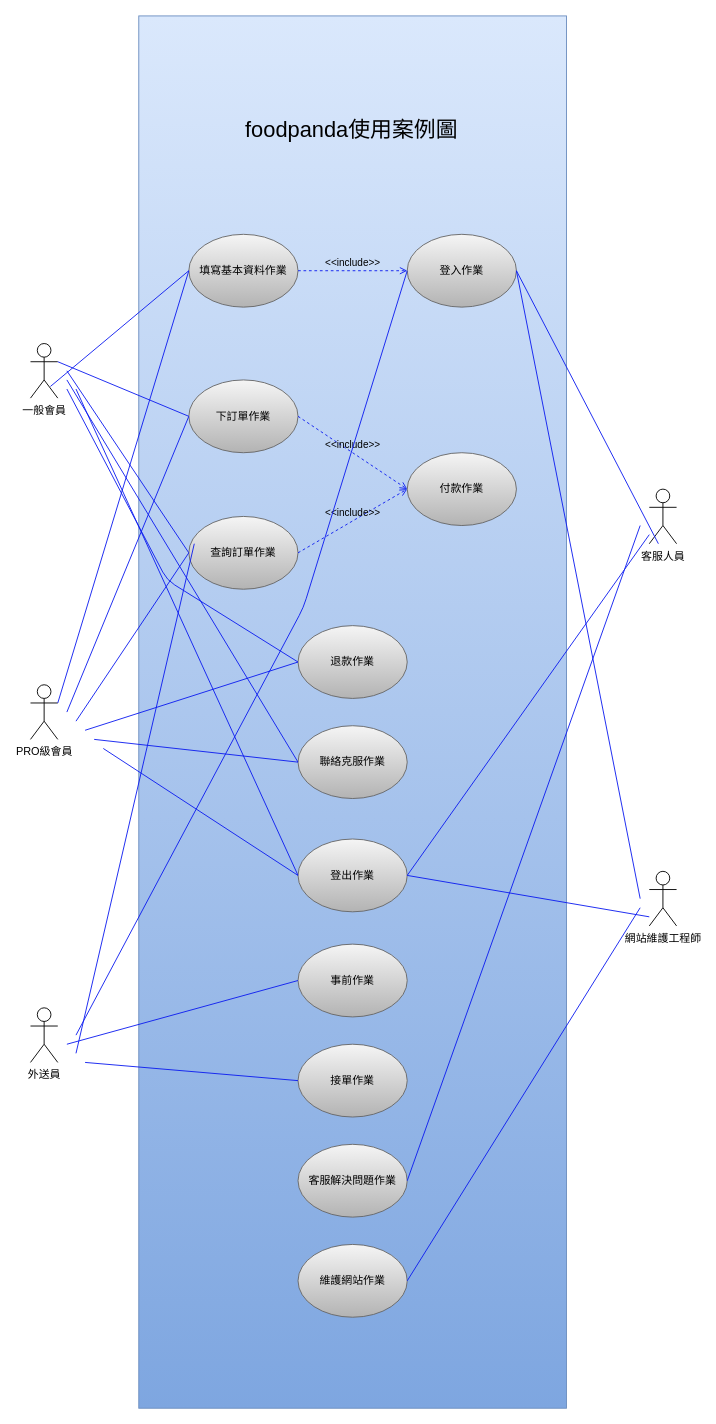
today16/last keeps this draw.io diagram as Use_case_diagram.drawio. Above is the earlier version. Source tidied: cells renumbered, new cells numbered last; positions are measured from the earlier drawing's top-left corner, leaving out a move shared by most shapes. Both pictures are drawn from the tidied source at 91%, with x=0, y=0 at pixel (30, 15).
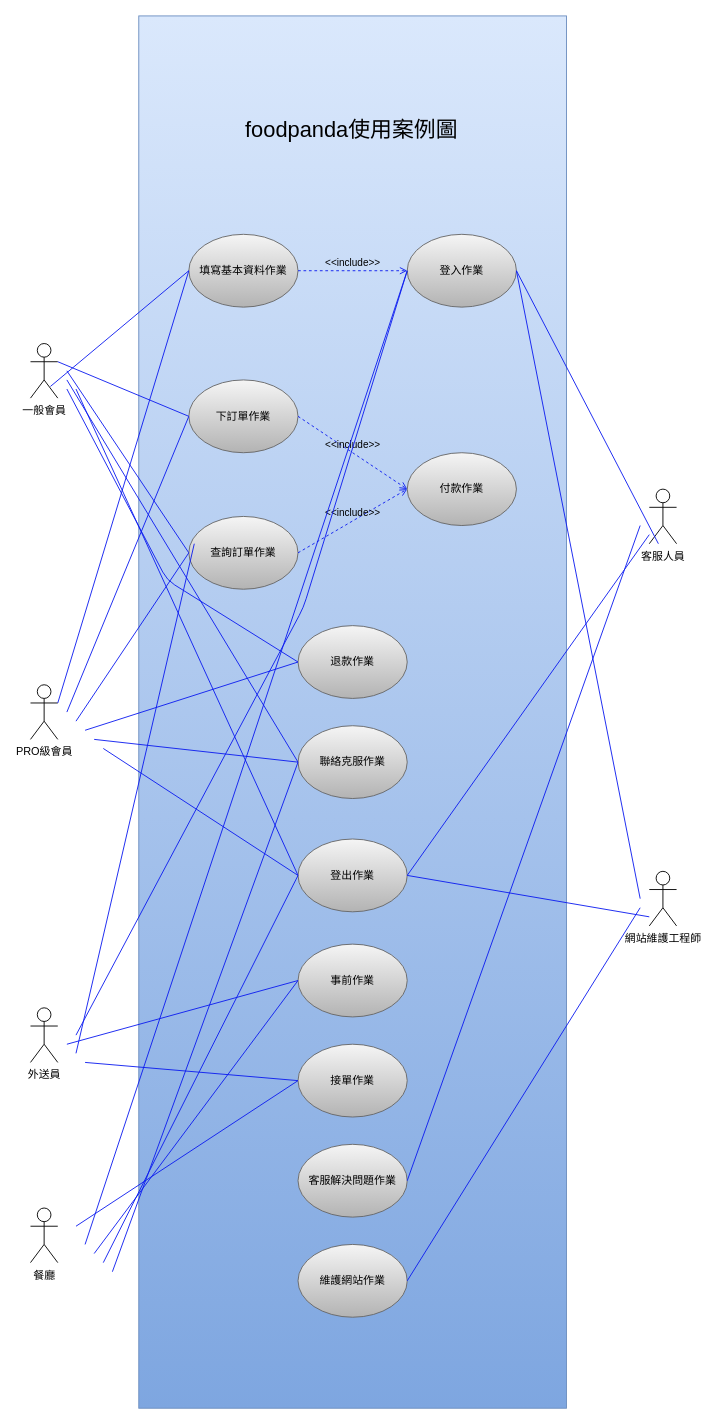
After the change.

Unchanged cells that the change refers to:
```xml
<mxCell id="3" value="&lt;font color=&quot;#000000&quot;&gt;登入作業&lt;/font&gt;" style="ellipse;whiteSpace=wrap;html=1;fillColor=#f5f5f5;strokeColor=#666666;gradientColor=#b3b3b3;" parent="1" vertex="1">
  <mxGeometry x="414" y="240" width="120" height="80" as="geometry" />
</mxCell>
<mxCell id="9" value="&lt;font color=&quot;#000000&quot;&gt;聯絡克服作業&lt;/font&gt;" style="ellipse;whiteSpace=wrap;html=1;fillColor=#f5f5f5;strokeColor=#666666;gradientColor=#b3b3b3;" parent="1" vertex="1">
  <mxGeometry x="294" y="780" width="120" height="80" as="geometry" />
</mxCell>
<mxCell id="10" value="&lt;font color=&quot;#000000&quot;&gt;登出作業&lt;/font&gt;" style="ellipse;whiteSpace=wrap;html=1;fillColor=#f5f5f5;strokeColor=#666666;gradientColor=#b3b3b3;" parent="1" vertex="1">
  <mxGeometry x="294" y="904.5" width="120" height="80" as="geometry" />
</mxCell>
<mxCell id="11" value="&lt;font color=&quot;#000000&quot;&gt;事前作業&lt;/font&gt;" style="ellipse;whiteSpace=wrap;html=1;fillColor=#f5f5f5;strokeColor=#666666;gradientColor=#b3b3b3;" parent="1" vertex="1">
  <mxGeometry x="294" y="1020" width="120" height="80" as="geometry" />
</mxCell>
<mxCell id="12" value="&lt;font color=&quot;#000000&quot;&gt;接單作業&lt;/font&gt;" style="ellipse;whiteSpace=wrap;html=1;fillColor=#f5f5f5;strokeColor=#666666;gradientColor=#b3b3b3;" parent="1" vertex="1">
  <mxGeometry x="294" y="1130" width="120" height="80" as="geometry" />
</mxCell>
```

What changed in the source:
```diff
@@
+    <mxCell id="46" value="餐廳" style="shape=umlActor;verticalLabelPosition=bottom;verticalAlign=top;html=1;fontColor=#000000;" parent="1" vertex="1">
+      <mxGeometry y="1310" width="30" height="60" as="geometry" />
+    </mxCell>
+    <mxCell id="47" style="endArrow=none;html=1;fontSize=24;fontColor=#000000;strokeColor=#0C1BF0;entryX=0;entryY=0.5;entryDx=0;entryDy=0;" parent="1" edge="1" target="12">
+      <mxGeometry relative="1" as="geometry">
+        <mxPoint x="50" y="1330" as="sourcePoint" />
+      </mxGeometry>
+    </mxCell>
+    <mxCell id="48" style="endArrow=none;html=1;fontSize=24;fontColor=#000000;strokeColor=#0C1BF0;entryX=0;entryY=0.5;entryDx=0;entryDy=0;" parent="1" edge="1" target="3">
+      <mxGeometry relative="1" as="geometry">
+        <mxPoint x="60" y="1350" as="sourcePoint" />
+      </mxGeometry>
+    </mxCell>
+    <mxCell id="49" style="endArrow=none;html=1;fontSize=24;fontColor=#000000;strokeColor=#0C1BF0;entryX=0;entryY=0.5;entryDx=0;entryDy=0;" parent="1" edge="1" target="11">
+      <mxGeometry relative="1" as="geometry">
+        <mxPoint x="70" y="1360" as="sourcePoint" />
+      </mxGeometry>
+    </mxCell>
+    <mxCell id="50" style="endArrow=none;html=1;fontSize=24;fontColor=#000000;strokeColor=#0C1BF0;entryX=0;entryY=0.5;entryDx=0;entryDy=0;" parent="1" edge="1" target="10">
+      <mxGeometry relative="1" as="geometry">
+        <mxPoint x="80" y="1370" as="sourcePoint" />
+      </mxGeometry>
+    </mxCell>
+    <mxCell id="51" style="endArrow=none;html=1;fontSize=24;fontColor=#000000;strokeColor=#0C1BF0;entryX=0;entryY=0.5;entryDx=0;entryDy=0;" parent="1" edge="1" target="9">
+      <mxGeometry relative="1" as="geometry">
+        <mxPoint x="90" y="1380" as="sourcePoint" />
+      </mxGeometry>
+    </mxCell>
```
